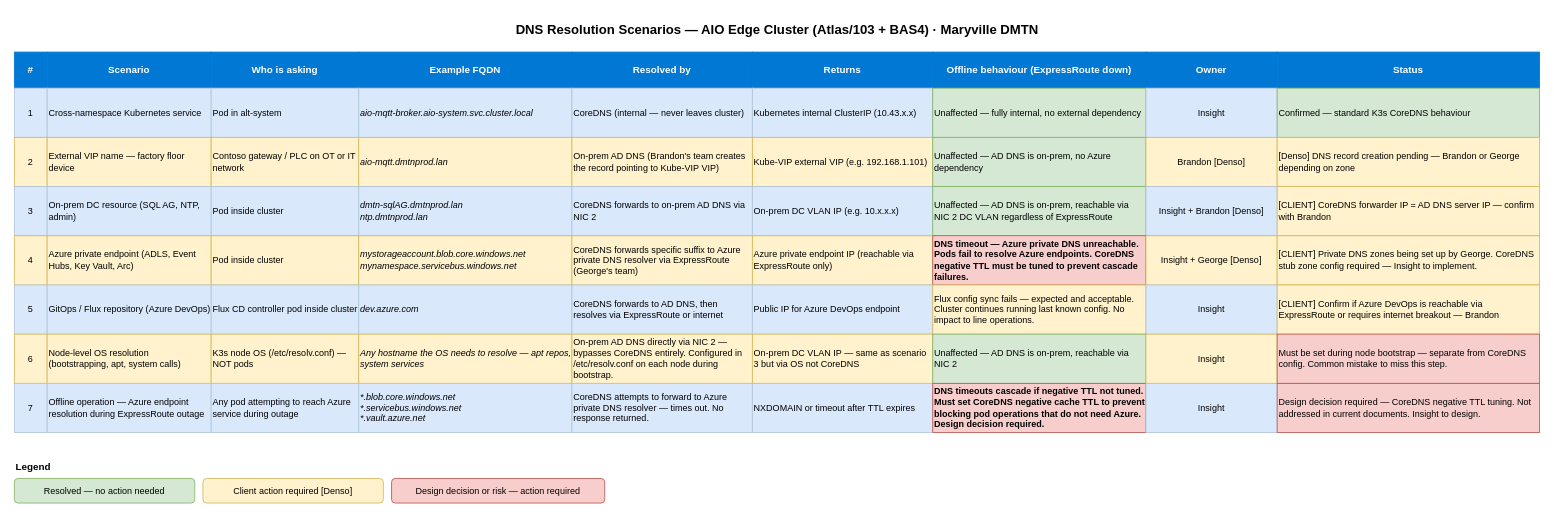
The draw.io diagram split-brain-dns.drawio in avinashr-insight/manufacturing-iot, before the edit. Source tidied: cells renumbered, new cells numbered last; positions are measured from the earlier drawing's top-left corner, leaving out a move shared by most shapes. Both pictures are drawn from the tidied source at 82%, with x=0, y=0 at pixel (14, 14).
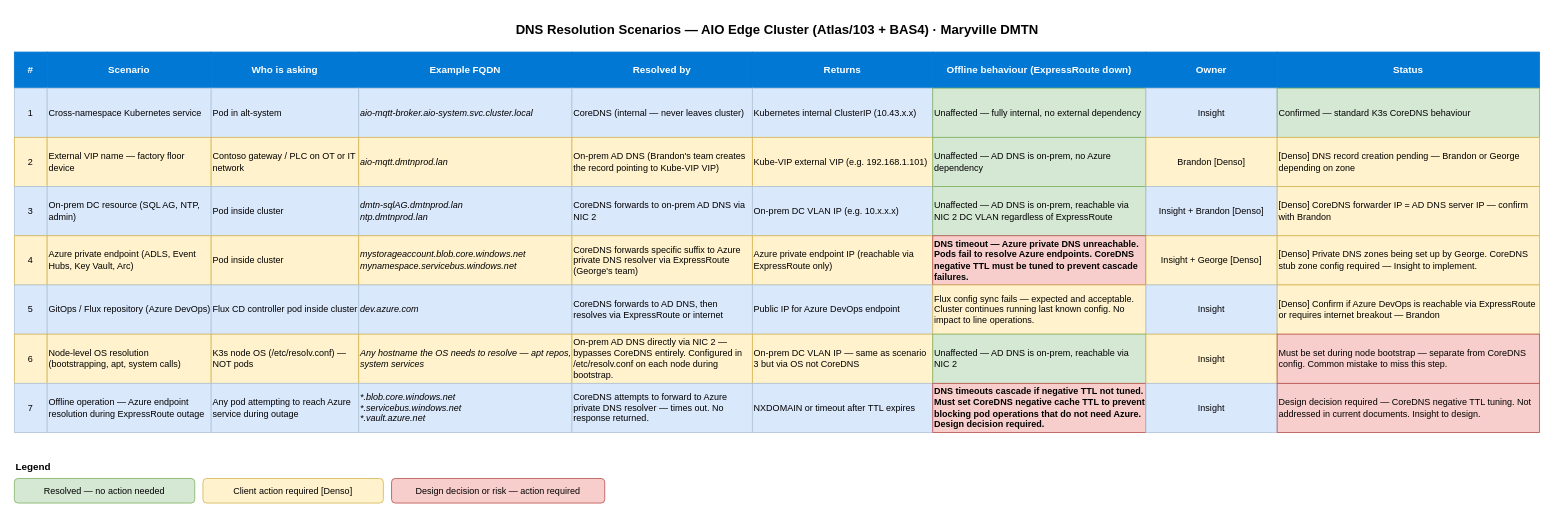
Above is the later version.

What changed in the source:
```diff
@@
-    <mxCell id="38" value="[CLIENT] CoreDNS forwarder IP = AD DNS server IP — confirm with Brandon" style="rounded=0;whiteSpace=wrap;html=1;fillColor=#fff2cc;strokeColor=#d6b656;fontSize=11;align=left;" parent="1" vertex="1">
+    <mxCell id="38" value="[Denso] CoreDNS forwarder IP = AD DNS server IP — confirm with Brandon" style="rounded=0;whiteSpace=wrap;html=1;fillColor=#fff2cc;strokeColor=#d6b656;fontSize=11;align=left;" parent="1" vertex="1">
       <mxGeometry x="1540" y="210" width="320" height="60" as="geometry" />
     </mxCell>
@@
-    <mxCell id="47" value="[CLIENT] Private DNS zones being set up by George. CoreDNS stub zone config required — Insight to implement." style="rounded=0;whiteSpace=wrap;html=1;fillColor=#fff2cc;strokeColor=#d6b656;fontSize=11;align=left;" parent="1" vertex="1">
+    <mxCell id="47" value="[Denso] Private DNS zones being set up by George. CoreDNS stub zone config required — Insight to implement." style="rounded=0;whiteSpace=wrap;html=1;fillColor=#fff2cc;strokeColor=#d6b656;fontSize=11;align=left;" parent="1" vertex="1">
       <mxGeometry x="1540" y="270" width="320" height="60" as="geometry" />
     </mxCell>
@@
-    <mxCell id="56" value="[CLIENT] Confirm if Azure DevOps is reachable via ExpressRoute or requires internet breakout — Brandon" style="rounded=0;whiteSpace=wrap;html=1;fillColor=#fff2cc;strokeColor=#d6b656;fontSize=11;align=left;" parent="1" vertex="1">
+    <mxCell id="56" value="[Denso] Confirm if Azure DevOps is reachable via ExpressRoute or requires internet breakout — Brandon" style="rounded=0;whiteSpace=wrap;html=1;fillColor=#fff2cc;strokeColor=#d6b656;fontSize=11;align=left;" parent="1" vertex="1">
       <mxGeometry x="1540" y="330" width="320" height="60" as="geometry" />
     </mxCell>
```
